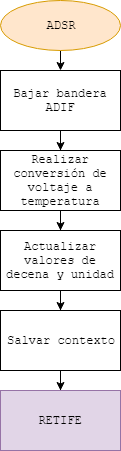
The draw.io diagram TPFinal/Diagramas/ADC.png in tomasspi/EDII, before a commit. Source tidied: cells renumbered, new cells last; positions are measured from the earlier drawing's top-left corner, leaving out a move shared by most shapes. Source of this version:
```xml
<mxGraphModel>
  <root>
    <mxCell id="0" />
    <mxCell id="1" parent="0" />
    <mxCell id="2" style="edgeStyle=orthogonalEdgeStyle;rounded=0;jettySize=auto;html=1;exitX=0.5;exitY=1;exitDx=0;exitDy=0;entryX=0.5;entryY=0;entryDx=0;entryDy=0;fontFamily=Courier New;" parent="1" edge="1" source="3" target="5">
      <mxGeometry relative="1" as="geometry" />
    </mxCell>
    <mxCell id="3" value="ADSR" style="ellipse;whiteSpace=wrap;html=1;fillColor=#ffe6cc;strokeColor=#d79b00;fontFamily=Courier New;" parent="1" vertex="1">
      <mxGeometry width="120" height="50" as="geometry" />
    </mxCell>
    <mxCell id="4" style="edgeStyle=orthogonalEdgeStyle;rounded=0;jettySize=auto;html=1;entryX=0.5;entryY=0;entryDx=0;entryDy=0;fontFamily=Courier New;" parent="1" edge="1" source="5" target="7">
      <mxGeometry relative="1" as="geometry" />
    </mxCell>
    <mxCell id="5" value="Bajar bandera ADIF" style="rounded=0;whiteSpace=wrap;html=1;fontFamily=Courier New;" parent="1" vertex="1">
      <mxGeometry y="70" width="120" height="60" as="geometry" />
    </mxCell>
    <mxCell id="6" style="edgeStyle=orthogonalEdgeStyle;rounded=0;jettySize=auto;html=1;entryX=0.5;entryY=0;entryDx=0;entryDy=0;fontFamily=Courier New;" parent="1" edge="1" source="7" target="9">
      <mxGeometry relative="1" as="geometry" />
    </mxCell>
    <mxCell id="7" value="Realizar conversión de voltaje a temperatura" style="rounded=0;whiteSpace=wrap;html=1;fontFamily=Courier New;" parent="1" vertex="1">
      <mxGeometry y="150" width="120" height="60" as="geometry" />
    </mxCell>
    <mxCell id="8" style="edgeStyle=orthogonalEdgeStyle;rounded=0;jettySize=auto;html=1;entryX=0.5;entryY=0;entryDx=0;entryDy=0;fontFamily=Courier New;" parent="1" edge="1" source="9" target="11">
      <mxGeometry relative="1" as="geometry" />
    </mxCell>
    <mxCell id="9" value="Actualizar valores de decena y unidad" style="rounded=0;whiteSpace=wrap;html=1;fontFamily=Courier New;" parent="1" vertex="1">
      <mxGeometry y="230" width="120" height="60" as="geometry" />
    </mxCell>
    <mxCell id="10" style="edgeStyle=orthogonalEdgeStyle;rounded=0;jettySize=auto;html=1;entryX=0.5;entryY=0;entryDx=0;entryDy=0;fontFamily=Courier New;" parent="1" edge="1" source="11" target="12">
      <mxGeometry relative="1" as="geometry" />
    </mxCell>
    <mxCell id="11" value="Salvar contexto" style="rounded=0;whiteSpace=wrap;html=1;fontFamily=Courier New;" parent="1" vertex="1">
      <mxGeometry y="310" width="120" height="60" as="geometry" />
    </mxCell>
    <mxCell id="12" value="RETIFE" style="rounded=0;whiteSpace=wrap;html=1;fontFamily=Courier New;fillColor=#e1d5e7;strokeColor=#9673a6;" parent="1" vertex="1">
      <mxGeometry y="390" width="120" height="60" as="geometry" />
    </mxCell>
  </root>
</mxGraphModel>
```
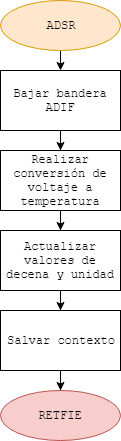
The same file after the commit.

What changed in the source:
```diff
@@ -26,14 +26,16 @@
     <mxCell id="9" value="Actualizar valores de decena y unidad" style="rounded=0;whiteSpace=wrap;html=1;fontFamily=Courier New;" parent="1" vertex="1">
       <mxGeometry y="230" width="120" height="60" as="geometry" />
     </mxCell>
-    <mxCell id="10" style="edgeStyle=orthogonalEdgeStyle;rounded=0;jettySize=auto;html=1;entryX=0.5;entryY=0;entryDx=0;entryDy=0;fontFamily=Courier New;" parent="1" edge="1" source="11" target="12">
-      <mxGeometry relative="1" as="geometry" />
+    <mxCell id="10" style="edgeStyle=orthogonalEdgeStyle;rounded=0;jettySize=auto;html=1;entryX=0.5;entryY=0;entryDx=0;entryDy=0;fontFamily=Courier New;" parent="1" edge="1" source="11">
+      <mxGeometry relative="1" as="geometry">
+        <mxPoint x="60" y="390" as="targetPoint" />
+      </mxGeometry>
     </mxCell>
     <mxCell id="11" value="Salvar contexto" style="rounded=0;whiteSpace=wrap;html=1;fontFamily=Courier New;" parent="1" vertex="1">
       <mxGeometry y="310" width="120" height="60" as="geometry" />
     </mxCell>
-    <mxCell id="12" value="RETIFE" style="rounded=0;whiteSpace=wrap;html=1;fontFamily=Courier New;fillColor=#e1d5e7;strokeColor=#9673a6;" parent="1" vertex="1">
-      <mxGeometry y="390" width="120" height="60" as="geometry" />
-    </mxCell>
+    <mxCell id="13" value="RETFIE&lt;br&gt;" style="ellipse;whiteSpace=wrap;html=1;fillColor=#f8cecc;strokeColor=#b85450;fontFamily=Courier New;" parent="1" vertex="1">
+      <mxGeometry y="390" width="120" height="50" as="geometry" />
+    </mxCell>
   </root>
 </mxGraphModel>
```
